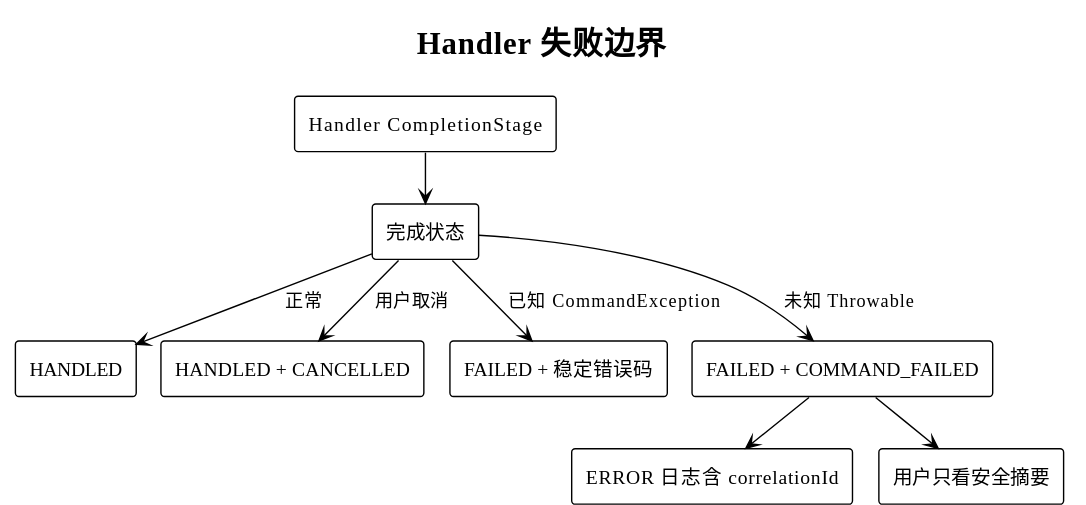
Above: diagrams/builtin-command/13-error-boundary.svg in superheromeZzh/pi-mono-java-design (PlantUML), before the change.
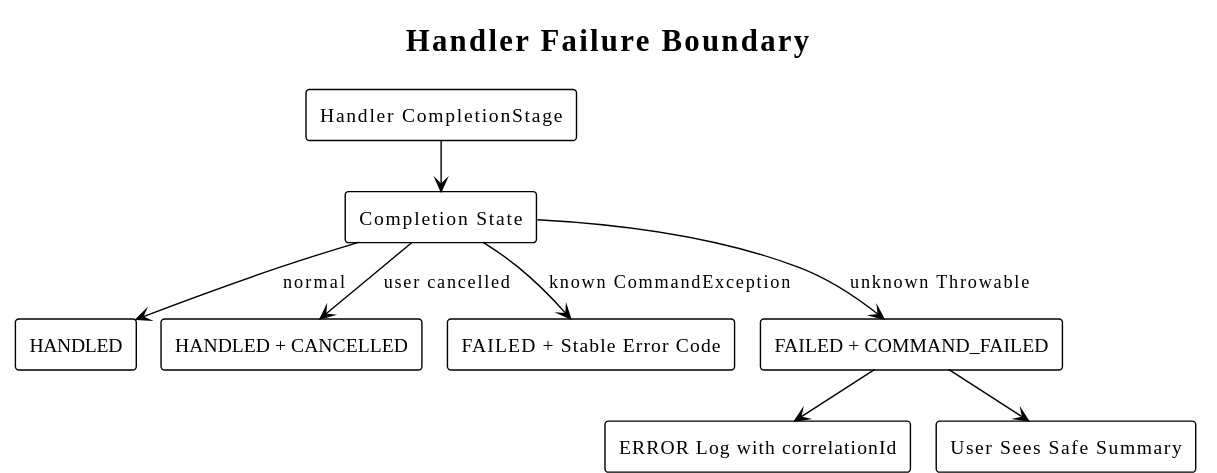
The same file after the commit.

Diff of the diagram source:
```diff
@@ -1,25 +1,25 @@
 @startuml
 !theme plain
 !pragma layout smetana
-skinparam defaultFontName "PingFang SC"
+skinparam defaultFontName "SansSerif"
 skinparam shadowing false
 skinparam backgroundColor transparent
-title Handler 失败边界
+title Handler Failure Boundary
 
 rectangle "Handler CompletionStage" as H
-rectangle "完成状态" as S
+rectangle "Completion State" as S
 rectangle "HANDLED" as R
 rectangle "HANDLED + CANCELLED" as C
-rectangle "FAILED + 稳定错误码" as K
+rectangle "FAILED + Stable Error Code" as K
 rectangle "FAILED + COMMAND_FAILED" as U
-rectangle "ERROR 日志含 correlationId" as L
-rectangle "用户只看安全摘要" as M
+rectangle "ERROR Log with correlationId" as L
+rectangle "User Sees Safe Summary" as M
 
 H --> S
-S --> R : 正常
-S --> C : 用户取消
-S --> K : 已知 CommandException
-S --> U : 未知 Throwable
+S --> R : normal
+S --> C : user cancelled
+S --> K : known CommandException
+S --> U : unknown Throwable
 U --> L
 U --> M
 @enduml
```
